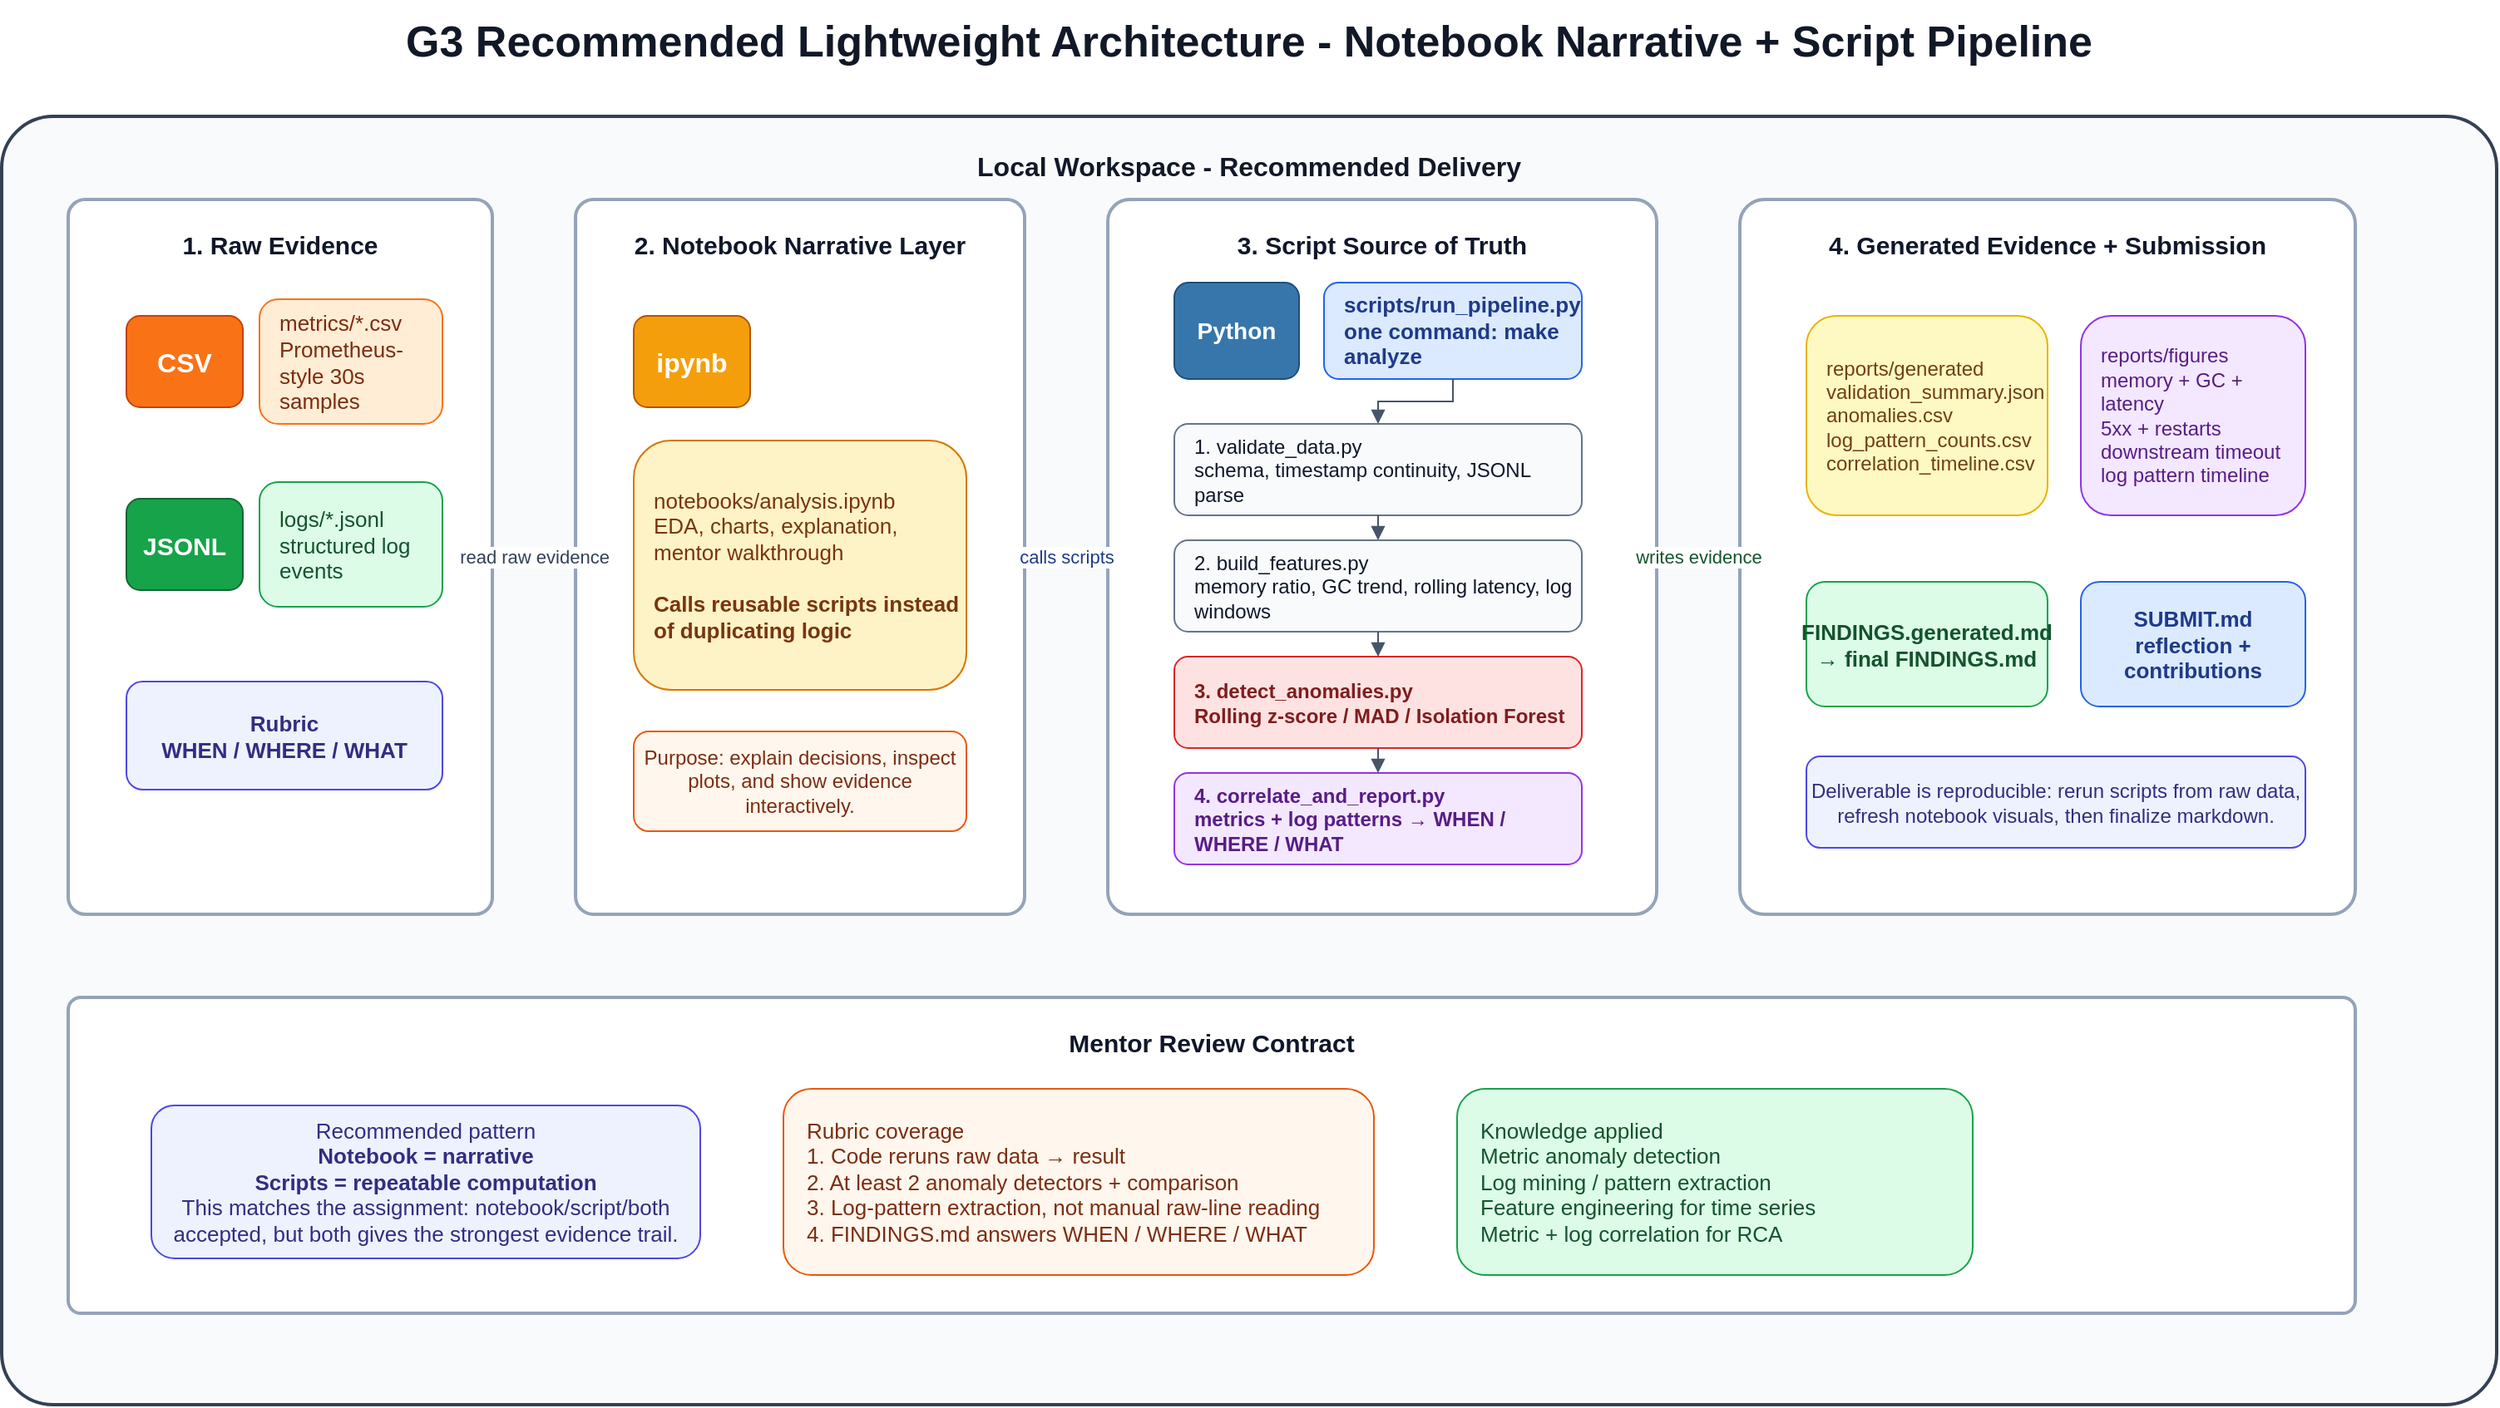
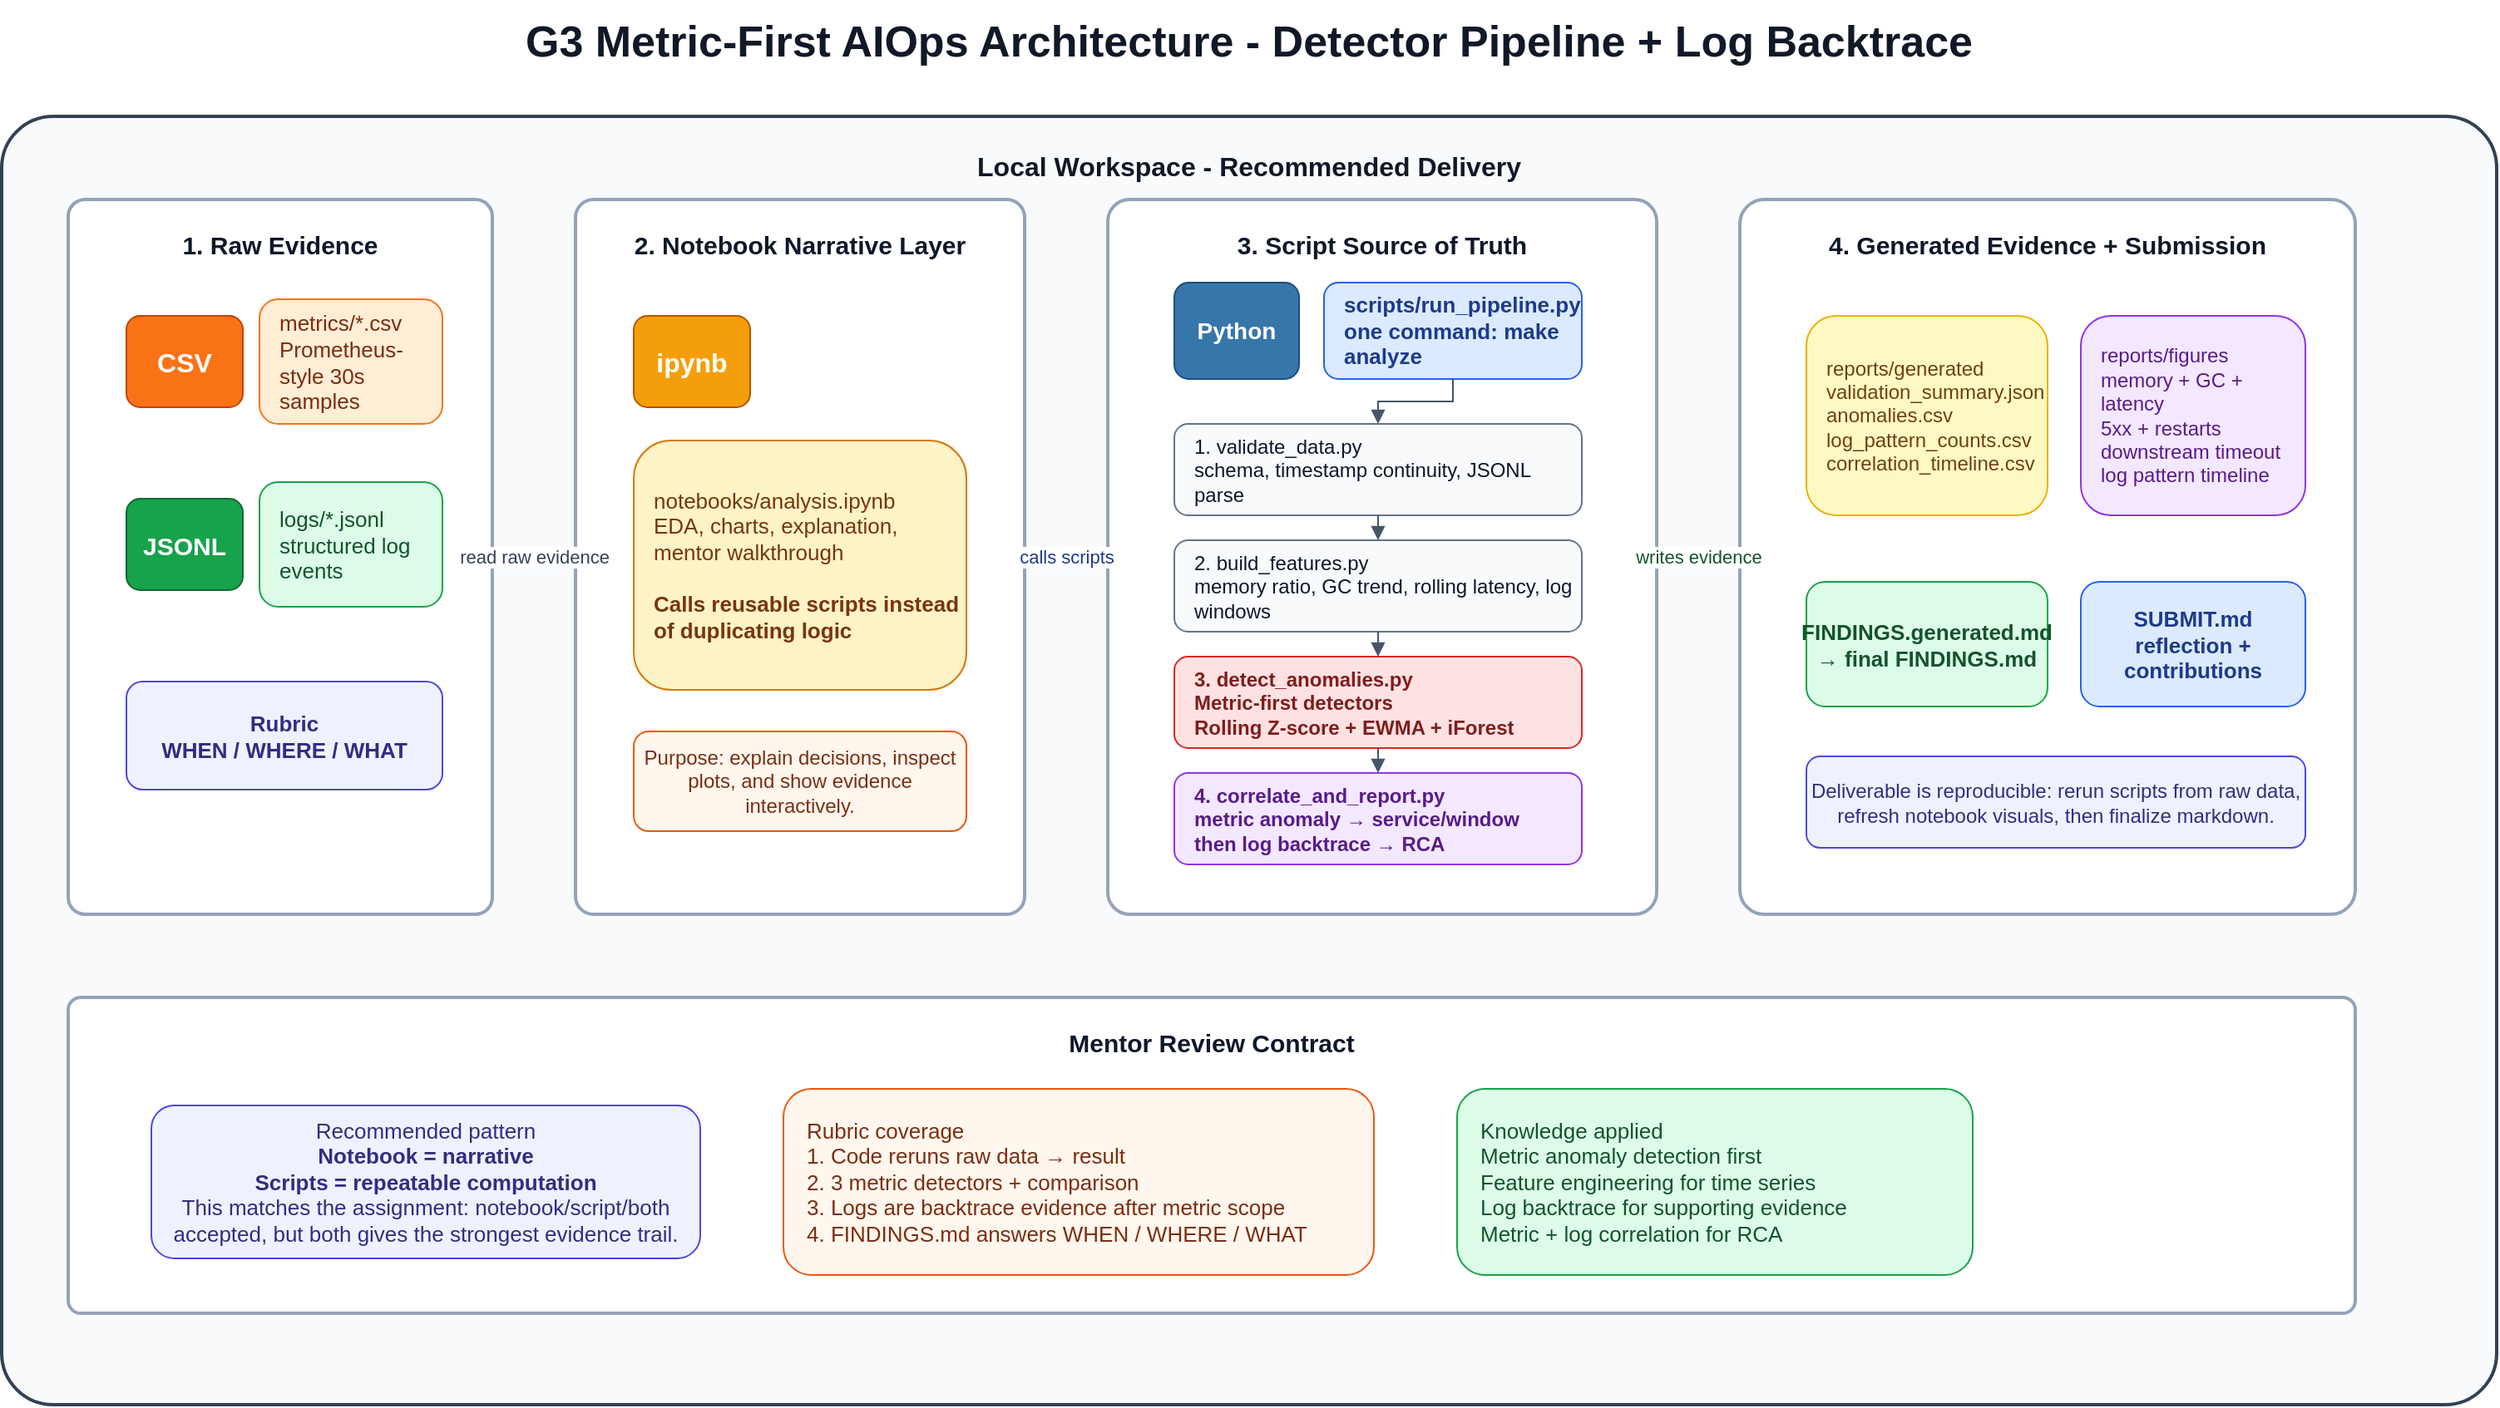
<mxfile host="65bd71144e">
    <diagram id="g3-recommended-notebook-script-architecture" name="G3 Recommended Notebook Script Architecture">
        <mxGraphModel dx="419" dy="897" grid="1" gridSize="10" guides="1" tooltips="1" connect="1" arrows="1" fold="1" page="1" pageScale="1" pageWidth="1600" pageHeight="980" math="0" shadow="0">
            <root>
                <mxCell id="0"/>
                <mxCell id="1" parent="0"/>
-                 <mxCell id="title" value="G3 Recommended Lightweight Architecture - Notebook Narrative + Script Pipeline" style="text;html=1;strokeColor=none;fillColor=none;align=center;verticalAlign=middle;whiteSpace=wrap;fontSize=26;fontStyle=1;fontColor=#111827;" parent="1" vertex="1">
+                 <mxCell id="title" value="G3 Metric-First AIOps Architecture - Detector Pipeline + Log Backtrace" style="text;html=1;strokeColor=none;fillColor=none;align=center;verticalAlign=middle;whiteSpace=wrap;fontSize=26;fontStyle=1;fontColor=#111827;" parent="1" vertex="1">
                    <mxGeometry x="215" y="25" width="1170" height="50" as="geometry"/>
                </mxCell>
                <mxCell id="workspace" value="Local Workspace - Recommended Delivery" style="rounded=1;whiteSpace=wrap;html=1;arcSize=4;fillColor=#f8fafc;strokeColor=#334155;strokeWidth=2;fontStyle=1;fontColor=#111827;verticalAlign=top;spacingTop=14;fontSize=16;" parent="1" vertex="1">
                    <mxGeometry x="50" y="95" width="1500" height="775" as="geometry"/>
                </mxCell>
                <mxCell id="raw-zone" value="1. Raw Evidence" style="rounded=1;whiteSpace=wrap;html=1;arcSize=4;fillColor=#ffffff;strokeColor=#94a3b8;strokeWidth=2;fontStyle=1;fontColor=#0f172a;verticalAlign=top;spacingTop=12;fontSize=15;" parent="1" vertex="1">
                    <mxGeometry x="90" y="145" width="255" height="430" as="geometry"/>
                </mxCell>
                <mxCell id="csv-icon" value="CSV" style="rounded=1;whiteSpace=wrap;html=1;fillColor=#f97316;strokeColor=#c2410c;fontColor=#ffffff;fontStyle=1;fontSize=16;align=center;verticalAlign=middle;" parent="1" vertex="1">
                    <mxGeometry x="125" y="215" width="70" height="55" as="geometry"/>
                </mxCell>
                <mxCell id="metrics" value="metrics/*.csv&lt;br&gt;Prometheus-style 30s samples" style="rounded=1;whiteSpace=wrap;html=1;fillColor=#ffedd5;strokeColor=#f97316;fontColor=#7c2d12;fontSize=13;align=left;spacingLeft=10;" parent="1" vertex="1">
                    <mxGeometry x="205" y="205" width="110" height="75" as="geometry"/>
                </mxCell>
                <mxCell id="jsonl-icon" value="JSONL" style="rounded=1;whiteSpace=wrap;html=1;fillColor=#16a34a;strokeColor=#166534;fontColor=#ffffff;fontStyle=1;fontSize=15;align=center;verticalAlign=middle;" parent="1" vertex="1">
                    <mxGeometry x="125" y="325" width="70" height="55" as="geometry"/>
                </mxCell>
                <mxCell id="logs" value="logs/*.jsonl&lt;br&gt;structured log events" style="rounded=1;whiteSpace=wrap;html=1;fillColor=#dcfce7;strokeColor=#16a34a;fontColor=#14532d;fontSize=13;align=left;spacingLeft=10;" parent="1" vertex="1">
                    <mxGeometry x="205" y="315" width="110" height="75" as="geometry"/>
                </mxCell>
                <mxCell id="rubric-file" value="Rubric&lt;br&gt;WHEN / WHERE / WHAT" style="rounded=1;whiteSpace=wrap;html=1;fillColor=#eef2ff;strokeColor=#4f46e5;fontColor=#312e81;fontSize=13;fontStyle=1;align=center;" parent="1" vertex="1">
                    <mxGeometry x="125" y="435" width="190" height="65" as="geometry"/>
                </mxCell>
                <mxCell id="notebook-zone" value="2. Notebook Narrative Layer" style="rounded=1;whiteSpace=wrap;html=1;arcSize=4;fillColor=#ffffff;strokeColor=#94a3b8;strokeWidth=2;fontStyle=1;fontColor=#0f172a;verticalAlign=top;spacingTop=12;fontSize=15;" parent="1" vertex="1">
                    <mxGeometry x="395" y="145" width="270" height="430" as="geometry"/>
                </mxCell>
                <mxCell id="notebook-icon" value="ipynb" style="rounded=1;whiteSpace=wrap;html=1;fillColor=#f59e0b;strokeColor=#b45309;fontColor=#ffffff;fontStyle=1;fontSize=16;align=center;verticalAlign=middle;" parent="1" vertex="1">
                    <mxGeometry x="430" y="215" width="70" height="55" as="geometry"/>
                </mxCell>
                <mxCell id="notebook" value="notebooks/analysis.ipynb&lt;br&gt;EDA, charts, explanation, mentor walkthrough&lt;br&gt;&lt;br&gt;&lt;b&gt;Calls reusable scripts instead of duplicating logic&lt;/b&gt;" style="rounded=1;whiteSpace=wrap;html=1;fillColor=#fef3c7;strokeColor=#d97706;fontColor=#78350f;fontSize=13;align=left;spacingLeft=10;" parent="1" vertex="1">
                    <mxGeometry x="430" y="290" width="200" height="150" as="geometry"/>
                </mxCell>
                <mxCell id="notebook-note" value="Purpose: explain decisions, inspect plots, and show evidence interactively." style="rounded=1;whiteSpace=wrap;html=1;fillColor=#fff7ed;strokeColor=#ea580c;fontColor=#7c2d12;fontSize=12;align=center;" parent="1" vertex="1">
                    <mxGeometry x="430" y="465" width="200" height="60" as="geometry"/>
                </mxCell>
                <mxCell id="script-zone" value="3. Script Source of Truth" style="rounded=1;whiteSpace=wrap;html=1;arcSize=4;fillColor=#ffffff;strokeColor=#94a3b8;strokeWidth=2;fontStyle=1;fontColor=#0f172a;verticalAlign=top;spacingTop=12;fontSize=15;" parent="1" vertex="1">
                    <mxGeometry x="715" y="145" width="330" height="430" as="geometry"/>
                </mxCell>
                <mxCell id="python-icon" value="Python" style="rounded=1;whiteSpace=wrap;html=1;fillColor=#3776ab;strokeColor=#1f4e79;fontColor=#ffffff;fontStyle=1;fontSize=14;align=center;verticalAlign=middle;" parent="1" vertex="1">
                    <mxGeometry x="755" y="195" width="75" height="58" as="geometry"/>
                </mxCell>
                <mxCell id="runner" value="scripts/run_pipeline.py&lt;br&gt;one command: make analyze" style="rounded=1;whiteSpace=wrap;html=1;fillColor=#dbeafe;strokeColor=#2563eb;fontColor=#1e3a8a;fontSize=13;fontStyle=1;align=left;spacingLeft=10;" parent="1" vertex="1">
                    <mxGeometry x="845" y="195" width="155" height="58" as="geometry"/>
                </mxCell>
                <mxCell id="validate" value="1. validate_data.py&lt;br&gt;schema, timestamp continuity, JSONL parse" style="rounded=1;whiteSpace=wrap;html=1;fillColor=#f8fafc;strokeColor=#64748b;fontColor=#0f172a;fontSize=12;align=left;spacingLeft=10;" parent="1" vertex="1">
                    <mxGeometry x="755" y="280" width="245" height="55" as="geometry"/>
                </mxCell>
                <mxCell id="features" value="2. build_features.py&lt;br&gt;memory ratio, GC trend, rolling latency, log windows" style="rounded=1;whiteSpace=wrap;html=1;fillColor=#f8fafc;strokeColor=#64748b;fontColor=#0f172a;fontSize=12;align=left;spacingLeft=10;" parent="1" vertex="1">
                    <mxGeometry x="755" y="350" width="245" height="55" as="geometry"/>
                </mxCell>
-                 <mxCell id="detect" value="3. detect_anomalies.py&lt;br&gt;Rolling z-score / MAD / Isolation Forest" style="rounded=1;whiteSpace=wrap;html=1;fillColor=#fee2e2;strokeColor=#dc2626;fontColor=#7f1d1d;fontSize=12;fontStyle=1;align=left;spacingLeft=10;" parent="1" vertex="1">
+                 <mxCell id="detect" value="3. detect_anomalies.py&lt;br&gt;Metric-first detectors&lt;br&gt;Rolling Z-score + EWMA + iForest" style="rounded=1;whiteSpace=wrap;html=1;fillColor=#fee2e2;strokeColor=#dc2626;fontColor=#7f1d1d;fontSize=12;fontStyle=1;align=left;spacingLeft=10;" parent="1" vertex="1">
                    <mxGeometry x="755" y="420" width="245" height="55" as="geometry"/>
                </mxCell>
-                 <mxCell id="report-step" value="4. correlate_and_report.py&lt;br&gt;metrics + log patterns → WHEN / WHERE / WHAT" style="rounded=1;whiteSpace=wrap;html=1;fillColor=#f3e8ff;strokeColor=#9333ea;fontColor=#581c87;fontSize=12;fontStyle=1;align=left;spacingLeft=10;" parent="1" vertex="1">
+                 <mxCell id="report-step" value="4. correlate_and_report.py&lt;br&gt;metric anomaly → service/window&lt;br&gt;then log backtrace → RCA" style="rounded=1;whiteSpace=wrap;html=1;fillColor=#f3e8ff;strokeColor=#9333ea;fontColor=#581c87;fontSize=12;fontStyle=1;align=left;spacingLeft=10;" parent="1" vertex="1">
                    <mxGeometry x="755" y="490" width="245" height="55" as="geometry"/>
                </mxCell>
                <mxCell id="output-zone" value="4. Generated Evidence + Submission" style="rounded=1;whiteSpace=wrap;html=1;arcSize=4;fillColor=#ffffff;strokeColor=#94a3b8;strokeWidth=2;fontStyle=1;fontColor=#0f172a;verticalAlign=top;spacingTop=12;fontSize=15;" parent="1" vertex="1">
                    <mxGeometry x="1095" y="145" width="370" height="430" as="geometry"/>
                </mxCell>
                <mxCell id="generated" value="reports/generated&lt;br&gt;validation_summary.json&lt;br&gt;anomalies.csv&lt;br&gt;log_pattern_counts.csv&lt;br&gt;correlation_timeline.csv" style="rounded=1;whiteSpace=wrap;html=1;fillColor=#fef9c3;strokeColor=#eab308;fontColor=#713f12;fontSize=12;align=left;spacingLeft=10;" parent="1" vertex="1">
                    <mxGeometry x="1135" y="215" width="145" height="120" as="geometry"/>
                </mxCell>
                <mxCell id="figures" value="reports/figures&lt;br&gt;memory + GC + latency&lt;br&gt;5xx + restarts&lt;br&gt;downstream timeout&lt;br&gt;log pattern timeline" style="rounded=1;whiteSpace=wrap;html=1;fillColor=#f3e8ff;strokeColor=#9333ea;fontColor=#581c87;fontSize=12;align=left;spacingLeft=10;" parent="1" vertex="1">
                    <mxGeometry x="1300" y="215" width="135" height="120" as="geometry"/>
                </mxCell>
                <mxCell id="findings" value="FINDINGS.generated.md&lt;br&gt;→ final FINDINGS.md" style="rounded=1;whiteSpace=wrap;html=1;fillColor=#dcfce7;strokeColor=#16a34a;fontColor=#14532d;fontSize=13;fontStyle=1;align=center;" parent="1" vertex="1">
                    <mxGeometry x="1135" y="375" width="145" height="75" as="geometry"/>
                </mxCell>
                <mxCell id="submit" value="SUBMIT.md&lt;br&gt;reflection + contributions" style="rounded=1;whiteSpace=wrap;html=1;fillColor=#dbeafe;strokeColor=#2563eb;fontColor=#1e3a8a;fontSize=13;fontStyle=1;align=center;" parent="1" vertex="1">
                    <mxGeometry x="1300" y="375" width="135" height="75" as="geometry"/>
                </mxCell>
                <mxCell id="outputs-note" value="Deliverable is reproducible: rerun scripts from raw data, refresh notebook visuals, then finalize markdown." style="rounded=1;whiteSpace=wrap;html=1;fillColor=#eef2ff;strokeColor=#4f46e5;fontColor=#312e81;fontSize=12;align=center;" parent="1" vertex="1">
                    <mxGeometry x="1135" y="480" width="300" height="55" as="geometry"/>
                </mxCell>
                <mxCell id="contract-zone" value="Mentor Review Contract" style="rounded=1;whiteSpace=wrap;html=1;arcSize=4;fillColor=#ffffff;strokeColor=#94a3b8;strokeWidth=2;fontStyle=1;fontColor=#0f172a;verticalAlign=top;spacingTop=12;fontSize=15;" parent="1" vertex="1">
                    <mxGeometry x="90" y="625" width="1375" height="190" as="geometry"/>
                </mxCell>
                <mxCell id="recommended" value="Recommended pattern&lt;br&gt;&lt;b&gt;Notebook = narrative&lt;/b&gt;&lt;br&gt;&lt;b&gt;Scripts = repeatable computation&lt;/b&gt;&lt;br&gt;This matches the assignment: notebook/script/both accepted, but both gives the strongest evidence trail." style="rounded=1;whiteSpace=wrap;html=1;fillColor=#eef2ff;strokeColor=#4f46e5;fontColor=#312e81;fontSize=13;align=center;" parent="1" vertex="1">
                    <mxGeometry x="140" y="690" width="330" height="92" as="geometry"/>
                </mxCell>
-                 <mxCell id="rubric" value="Rubric coverage&lt;br&gt;1. Code reruns raw data → result&lt;br&gt;2. At least 2 anomaly detectors + comparison&lt;br&gt;3. Log-pattern extraction, not manual raw-line reading&lt;br&gt;4. FINDINGS.md answers WHEN / WHERE / WHAT" style="rounded=1;whiteSpace=wrap;html=1;fillColor=#fff7ed;strokeColor=#ea580c;fontColor=#7c2d12;fontSize=13;align=left;spacingLeft=12;" parent="1" vertex="1">
+                 <mxCell id="rubric" value="Rubric coverage&lt;br&gt;1. Code reruns raw data → result&lt;br&gt;2. 3 metric detectors + comparison&lt;br&gt;3. Logs are backtrace evidence after metric scope&lt;br&gt;4. FINDINGS.md answers WHEN / WHERE / WHAT" style="rounded=1;whiteSpace=wrap;html=1;fillColor=#fff7ed;strokeColor=#ea580c;fontColor=#7c2d12;fontSize=13;align=left;spacingLeft=12;" parent="1" vertex="1">
                    <mxGeometry x="520" y="680" width="355" height="112" as="geometry"/>
                </mxCell>
-                 <mxCell id="knowledge" value="Knowledge applied&lt;br&gt;Metric anomaly detection&lt;br&gt;Log mining / pattern extraction&lt;br&gt;Feature engineering for time series&lt;br&gt;Metric + log correlation for RCA" style="rounded=1;whiteSpace=wrap;html=1;fillColor=#dcfce7;strokeColor=#16a34a;fontColor=#14532d;fontSize=13;align=left;spacingLeft=12;" parent="1" vertex="1">
+                 <mxCell id="knowledge" value="Knowledge applied&lt;br&gt;Metric anomaly detection first&lt;br&gt;Feature engineering for time series&lt;br&gt;Log backtrace for supporting evidence&lt;br&gt;Metric + log correlation for RCA" style="rounded=1;whiteSpace=wrap;html=1;fillColor=#dcfce7;strokeColor=#16a34a;fontColor=#14532d;fontSize=13;align=left;spacingLeft=12;" parent="1" vertex="1">
                    <mxGeometry x="925" y="680" width="310" height="112" as="geometry"/>
                </mxCell>
                <mxCell id="e1" value="read raw evidence" style="edgeStyle=orthogonalEdgeStyle;rounded=0;html=1;endArrow=block;endFill=1;strokeColor=#475569;fontColor=#334155;strokeWidth=2;" parent="1" source="raw-zone" target="notebook-zone" edge="1">
                    <mxGeometry relative="1" as="geometry"/>
                </mxCell>
                <mxCell id="e2" value="calls scripts" style="edgeStyle=orthogonalEdgeStyle;rounded=0;html=1;endArrow=block;endFill=1;strokeColor=#2563eb;fontColor=#1e3a8a;strokeWidth=2;" parent="1" source="notebook-zone" target="script-zone" edge="1">
                    <mxGeometry relative="1" as="geometry"/>
                </mxCell>
                <mxCell id="e3" value="" style="edgeStyle=orthogonalEdgeStyle;rounded=0;html=1;endArrow=block;endFill=1;strokeColor=#475569;" parent="1" source="runner" target="validate" edge="1">
                    <mxGeometry relative="1" as="geometry"/>
                </mxCell>
                <mxCell id="e4" value="" style="edgeStyle=orthogonalEdgeStyle;rounded=0;html=1;endArrow=block;endFill=1;strokeColor=#475569;" parent="1" source="validate" target="features" edge="1">
                    <mxGeometry relative="1" as="geometry"/>
                </mxCell>
                <mxCell id="e5" value="" style="edgeStyle=orthogonalEdgeStyle;rounded=0;html=1;endArrow=block;endFill=1;strokeColor=#475569;" parent="1" source="features" target="detect" edge="1">
                    <mxGeometry relative="1" as="geometry"/>
                </mxCell>
                <mxCell id="e6" value="" style="edgeStyle=orthogonalEdgeStyle;rounded=0;html=1;endArrow=block;endFill=1;strokeColor=#475569;" parent="1" source="detect" target="report-step" edge="1">
                    <mxGeometry relative="1" as="geometry"/>
                </mxCell>
                <mxCell id="e7" value="writes evidence" style="edgeStyle=orthogonalEdgeStyle;rounded=0;html=1;endArrow=block;endFill=1;strokeColor=#16a34a;fontColor=#14532d;strokeWidth=2;" parent="1" source="script-zone" target="output-zone" edge="1">
                    <mxGeometry relative="1" as="geometry"/>
                </mxCell>
            </root>
        </mxGraphModel>
    </diagram>
- </mxfile>+ </mxfile>
